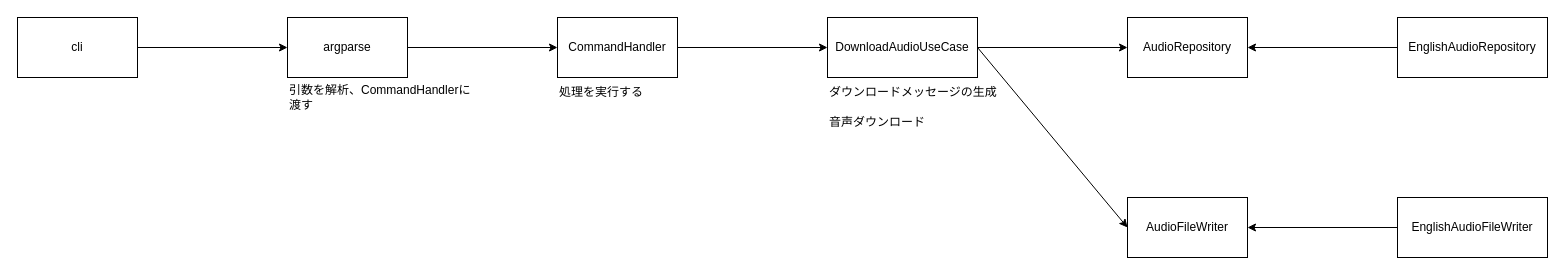
noooda/mypyaudio keeps this draw.io diagram as docs/pyaudio.drawio. Above is the earlier version. Source tidied: cells renumbered, new cells numbered last; positions are measured from the earlier drawing's top-left corner, leaving out a move shared by most shapes. Both pictures are drawn from the tidied source at 100%, with x=0, y=0 at pixel (17, 17).
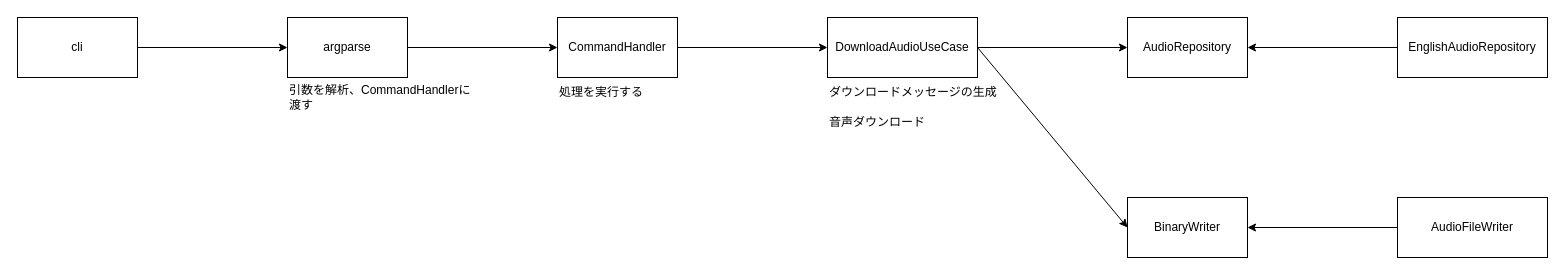
After the change.

The edit, as a diff of the source:
```diff
@@
-    <mxCell id="13" value="AudioFileWriter" style="rounded=0;whiteSpace=wrap;html=1;" parent="1" vertex="1">
+    <mxCell id="13" value="BinaryWriter" style="rounded=0;whiteSpace=wrap;html=1;" parent="1" vertex="1">
       <mxGeometry x="1110" y="180" width="120" height="60" as="geometry" />
     </mxCell>
@@
-    <mxCell id="15" value="EnglishAudioFileWriter" style="rounded=0;whiteSpace=wrap;html=1;" parent="1" vertex="1">
+    <mxCell id="15" value="AudioFileWriter" style="rounded=0;whiteSpace=wrap;html=1;" parent="1" vertex="1">
       <mxGeometry x="1380" y="180" width="150" height="60" as="geometry" />
     </mxCell>
```
